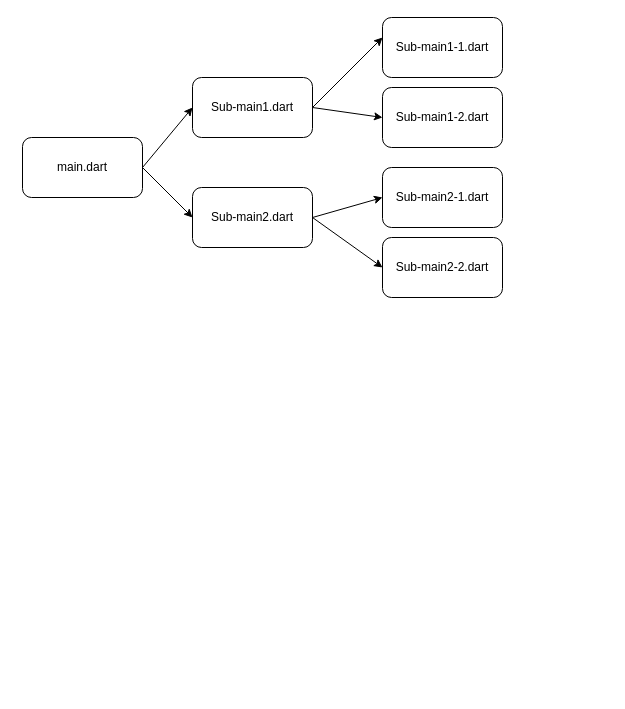
The draw.io diagram Flutter.drawio in alekhaya99/Flowchart, before the edit. Source tidied: cells renumbered, new cells numbered last; positions are measured from the earlier drawing's top-left corner, leaving out a move shared by most shapes. Both pictures are drawn from the tidied source at 100%, with x=0, y=0 at pixel (22, 17). Pictures stored in the file or linked from it are replaced by grey dashed boxes.
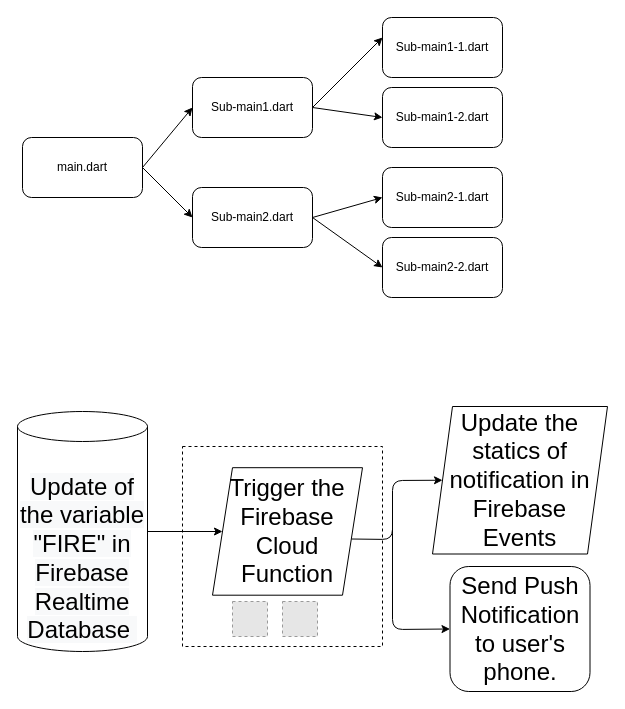
Above is the later version.

Change to the diagram source:
```diff
@@
+    <mxCell id="15" style="whiteSpace=wrap;html=1;dashed=1;" parent="1" vertex="1">
+      <mxGeometry x="160" y="429" width="200" height="200" as="geometry" />
+    </mxCell>
@@
+    <mxCell id="16" style="edgeStyle=orthogonalEdgeStyle;rounded=0;jettySize=auto;html=1;" parent="1" edge="1" source="17" target="18">
+      <mxGeometry relative="1" as="geometry" />
+    </mxCell>
+    <mxCell id="17" value="&lt;br&gt;&lt;br&gt;&lt;font style=&quot;font-size: 24px&quot;&gt;&lt;span style=&quot;color: rgb(0 , 0 , 0) ; font-family: &amp;#34;helvetica&amp;#34; ; font-style: normal ; font-weight: 400 ; letter-spacing: normal ; text-align: center ; text-indent: 0px ; text-transform: none ; word-spacing: 0px ; background-color: rgb(248 , 249 , 250) ; display: inline ; float: none&quot;&gt;Update of the variable &quot;FIRE&quot; in Firebase Realtime Database&amp;nbsp;&lt;/span&gt;&lt;br&gt;&lt;/font&gt;" style="shape=cylinder3;whiteSpace=wrap;html=1;boundedLbl=1;backgroundOutline=1;size=15;" parent="1" vertex="1">
+      <mxGeometry x="-5" y="394" width="130" height="240" as="geometry" />
+    </mxCell>
+    <mxCell id="18" value="&lt;font style=&quot;font-size: 24px&quot;&gt;Trigger the Firebase Cloud Function&lt;/font&gt;" style="shape=parallelogram;perimeter=parallelogramPerimeter;whiteSpace=wrap;html=1;fixedSize=1;" parent="1" vertex="1">
+      <mxGeometry x="190" y="450.2" width="150" height="127.5" as="geometry" />
+    </mxCell>
+    <mxCell id="19" value="&lt;font style=&quot;font-size: 24px&quot;&gt;Send Push Notification to user's phone.&lt;/font&gt;" style="rounded=1;whiteSpace=wrap;html=1;" parent="1" vertex="1">
+      <mxGeometry x="427.5" y="549" width="140" height="125" as="geometry" />
+    </mxCell>
+    <mxCell id="20" style="fillColor=#E6E6E6;strokeColor=#999999;dashed=1;verticalLabelPosition=bottom;labelBackgroundColor=#ffffff;verticalAlign=top;" parent="1" vertex="1">
+      <mxGeometry x="210" y="584" width="35" height="35" as="geometry" />
+    </mxCell>
+    <mxCell id="21" value="&lt;font style=&quot;font-size: 24px&quot;&gt;Update the statics of notification in Firebase Events&lt;/font&gt;" style="shape=parallelogram;perimeter=parallelogramPerimeter;whiteSpace=wrap;html=1;fixedSize=1;" parent="1" vertex="1">
+      <mxGeometry x="410" y="389" width="175" height="147.5" as="geometry" />
+    </mxCell>
+    <mxCell id="22" style="endArrow=classic;html=1;entryX=0;entryY=0.5;entryDx=0;entryDy=0;" parent="1" edge="1" target="21">
+      <mxGeometry relative="1" as="geometry">
+        <mxPoint x="329" y="521.5" as="sourcePoint" />
+        <Array as="points">
+          <mxPoint x="370" y="522" />
+          <mxPoint x="370" y="463" />
+        </Array>
+      </mxGeometry>
+    </mxCell>
+    <mxCell id="23" style="endArrow=classic;html=1;entryX=0;entryY=0.5;entryDx=0;entryDy=0;" parent="1" edge="1" target="19">
+      <mxGeometry relative="1" as="geometry">
+        <mxPoint x="370" y="509" as="sourcePoint" />
+        <Array as="points">
+          <mxPoint x="370" y="612" />
+        </Array>
+      </mxGeometry>
+    </mxCell>
+    <mxCell id="24" style="fillColor=#E6E6E6;strokeColor=#999999;dashed=1;verticalLabelPosition=bottom;labelBackgroundColor=#ffffff;verticalAlign=top;" parent="1" vertex="1">
+      <mxGeometry x="260" y="584" width="35" height="35" as="geometry" />
+    </mxCell>
```
